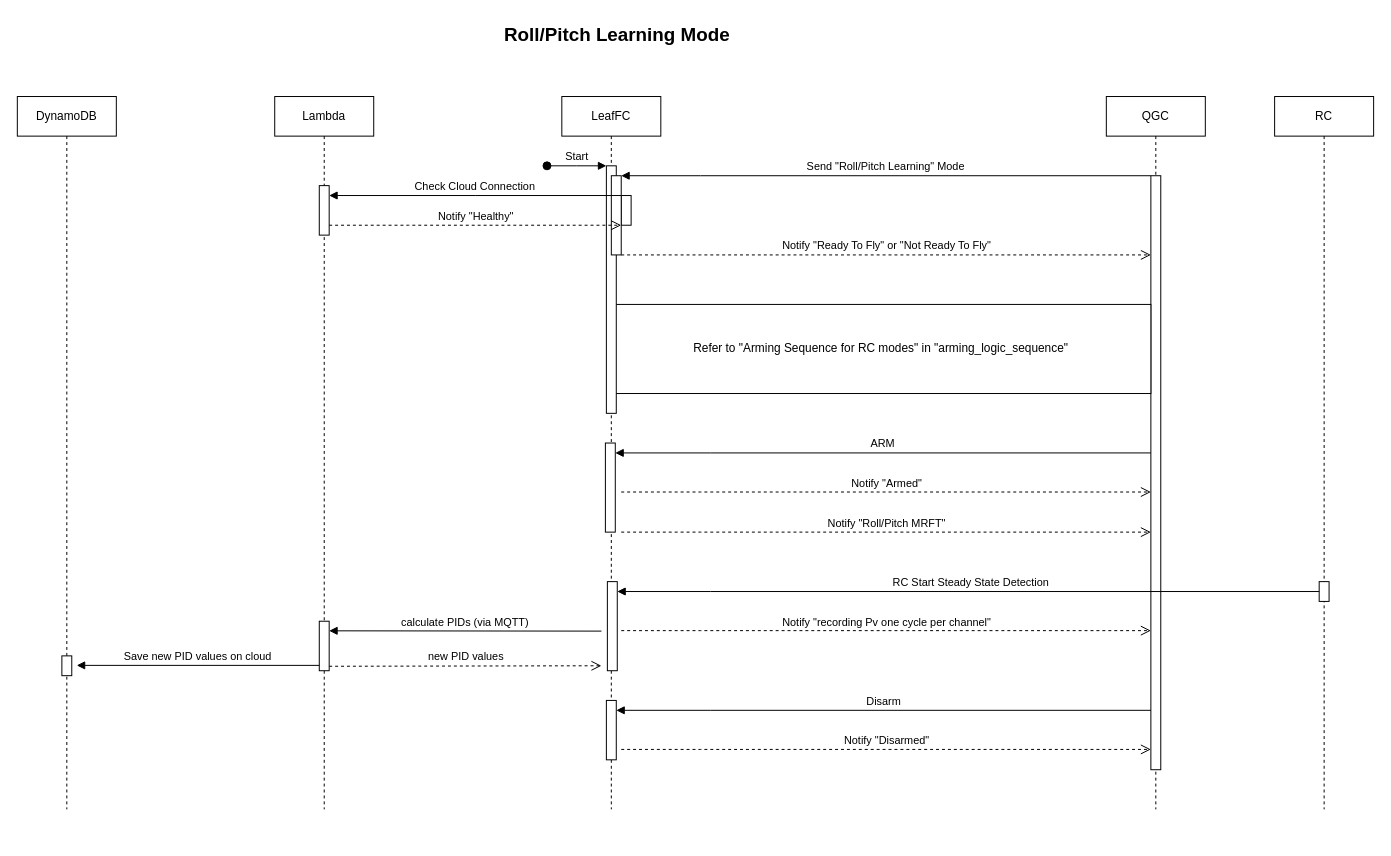
This is Guide/HEAR Software/Flight Modes/Modes Sequence Diagrams/Roll-Pitch learning mode.drawio from DroneLeaf/HEAR_wiki, a draw.io file, before an edit. Source tidied: cells renumbered, new cells numbered last; positions are measured from the earlier drawing's top-left corner, leaving out a move shared by most shapes. Both pictures are drawn from the tidied source at 99%, with x=0, y=0 at pixel (-43, 17).
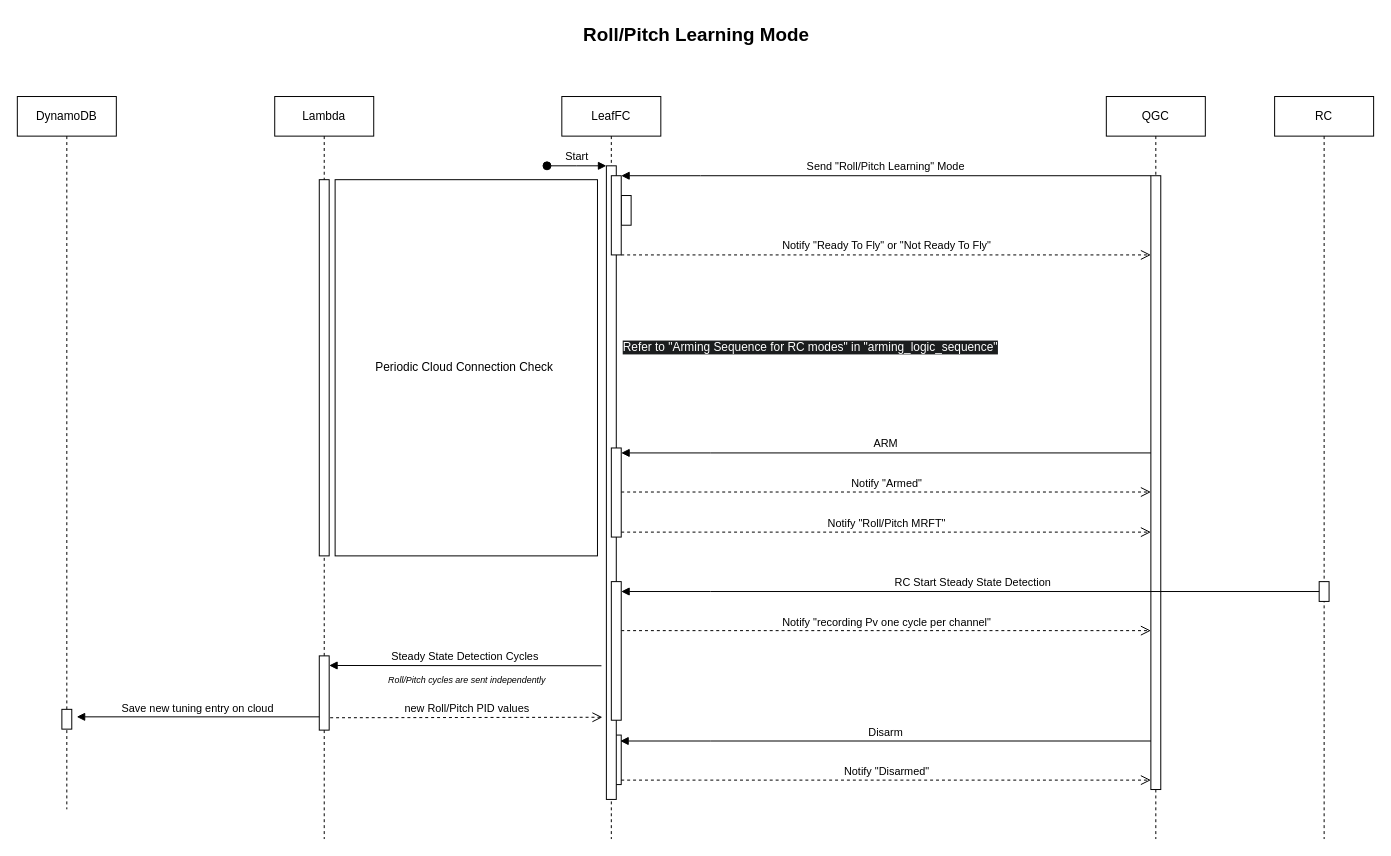
The same diagram, later.

Commit message (it also covers changes not shown here):
Add X-Y Learning Mode sequence diagram to documentation Add Full Learning Mode sequence diagram to  flight modes

Unchanged cells that the change refers to:
```xml
<mxCell id="3" style="html=1;points=[];perimeter=orthogonalPerimeter;outlineConnect=0;targetShapes=umlLifeline;portConstraint=eastwest;newEdgeStyle={&quot;edgeStyle&quot;:&quot;elbowEdgeStyle&quot;,&quot;elbow&quot;:&quot;vertical&quot;,&quot;curved&quot;:0,&quot;rounded&quot;:0};" parent="2" vertex="1">
  <mxGeometry x="60" y="100" width="10" height="30" as="geometry" />
</mxCell>
<mxCell id="26" value="&lt;div&gt;DynamoDB&lt;/div&gt;" style="shape=umlLifeline;perimeter=lifelinePerimeter;whiteSpace=wrap;html=1;newEdgeStyle={&quot;edgeStyle&quot;:&quot;elbowEdgeStyle&quot;,&quot;elbow&quot;:&quot;vertical&quot;,&quot;curved&quot;:0,&quot;rounded&quot;:0};" parent="1" vertex="1">
  <mxGeometry x="60" y="80" width="100" height="720" as="geometry" />
</mxCell>
```

Change to the diagram source:
```diff
@@
     <mxCell id="2" value="LeafFC" style="shape=umlLifeline;perimeter=lifelinePerimeter;whiteSpace=wrap;html=1;newEdgeStyle={&quot;edgeStyle&quot;:&quot;elbowEdgeStyle&quot;,&quot;elbow&quot;:&quot;vertical&quot;,&quot;curved&quot;:0,&quot;rounded&quot;:0};" parent="1" vertex="1">
-      <mxGeometry x="610" y="80" width="100" height="720" as="geometry" />
+      <mxGeometry x="610" y="80" width="100" height="750" as="geometry" />
     </mxCell>
@@
-    <mxCell id="4" style="html=1;points=[];perimeter=orthogonalPerimeter;outlineConnect=0;targetShapes=umlLifeline;portConstraint=eastwest;newEdgeStyle={&quot;edgeStyle&quot;:&quot;elbowEdgeStyle&quot;,&quot;elbow&quot;:&quot;vertical&quot;,&quot;curved&quot;:0,&quot;rounded&quot;:0};" parent="2" vertex="1">
-      <mxGeometry x="45" y="610" width="10" height="60" as="geometry" />
-    </mxCell>
+    <mxCell id="35" style="html=1;perimeter=orthogonalPerimeter;targetShapes=umlLifeline;newEdgeStyle={&quot;edgeStyle&quot;:&quot;elbowEdgeStyle&quot;,&quot;elbow&quot;:&quot;vertical&quot;,&quot;curved&quot;:0,&quot;rounded&quot;:0};" parent="2" vertex="1">
+      <mxGeometry x="50" y="645" width="10" height="50" as="geometry" />
+    </mxCell>
     <mxCell id="5" value="QGC" style="shape=umlLifeline;perimeter=lifelinePerimeter;whiteSpace=wrap;html=1;newEdgeStyle={&quot;edgeStyle&quot;:&quot;elbowEdgeStyle&quot;,&quot;elbow&quot;:&quot;vertical&quot;,&quot;curved&quot;:0,&quot;rounded&quot;:0};" parent="1" vertex="1">
-      <mxGeometry x="1160" y="80" width="100" height="720" as="geometry" />
+      <mxGeometry x="1160" y="80" width="100" height="750" as="geometry" />
     </mxCell>
     <mxCell id="6" style="html=1;points=[];perimeter=orthogonalPerimeter;outlineConnect=0;targetShapes=umlLifeline;portConstraint=eastwest;newEdgeStyle={&quot;edgeStyle&quot;:&quot;elbowEdgeStyle&quot;,&quot;elbow&quot;:&quot;vertical&quot;,&quot;curved&quot;:0,&quot;rounded&quot;:0};" parent="5" vertex="1">
-      <mxGeometry x="45" y="80" width="10" height="600" as="geometry" />
+      <mxGeometry x="45" y="80" width="10" height="620" as="geometry" />
     </mxCell>
     <mxCell id="7" value="Roll/Pitch Learning Mode" style="text;html=1;align=left;verticalAlign=top;strokeColor=none;fillColor=none;fontStyle=1;fontSize=19;" parent="1" vertex="1">
-      <mxGeometry x="550" width="240" height="40" as="geometry" />
+      <mxGeometry x="630" width="240" height="40" as="geometry" />
     </mxCell>
@@
-    <mxCell id="15" value="Refer to &quot;Arming Sequence for RC modes&quot; in &quot;arming_logic_sequence&quot;" style="rounded=0;whiteSpace=wrap;html=1;" parent="1" vertex="1">
-      <mxGeometry x="660" y="290" width="545" height="90" as="geometry" />
-    </mxCell>
     <mxCell id="16" value="Lambda" style="shape=umlLifeline;perimeter=lifelinePerimeter;whiteSpace=wrap;html=1;newEdgeStyle={&quot;edgeStyle&quot;:&quot;elbowEdgeStyle&quot;,&quot;elbow&quot;:&quot;vertical&quot;,&quot;curved&quot;:0,&quot;rounded&quot;:0};" parent="1" vertex="1">
-      <mxGeometry x="320" y="80" width="100" height="720" as="geometry" />
+      <mxGeometry x="320" y="80" width="100" height="750" as="geometry" />
     </mxCell>
     <mxCell id="17" style="html=1;points=[];perimeter=orthogonalPerimeter;outlineConnect=0;targetShapes=umlLifeline;portConstraint=eastwest;newEdgeStyle={&quot;edgeStyle&quot;:&quot;elbowEdgeStyle&quot;,&quot;elbow&quot;:&quot;vertical&quot;,&quot;curved&quot;:0,&quot;rounded&quot;:0};" parent="16" vertex="1">
-      <mxGeometry x="45" y="530" width="10" height="50" as="geometry" />
+      <mxGeometry x="45" y="565" width="10" height="75" as="geometry" />
     </mxCell>
     <mxCell id="18" style="html=1;points=[];perimeter=orthogonalPerimeter;outlineConnect=0;targetShapes=umlLifeline;portConstraint=eastwest;newEdgeStyle={&quot;edgeStyle&quot;:&quot;elbowEdgeStyle&quot;,&quot;elbow&quot;:&quot;vertical&quot;,&quot;curved&quot;:0,&quot;rounded&quot;:0};" parent="1" vertex="1">
-      <mxGeometry x="655" y="150" width="10" height="250" as="geometry" />
+      <mxGeometry x="655" y="150" width="10" height="640" as="geometry" />
     </mxCell>
@@
     <mxCell id="21" style="html=1;points=[];perimeter=orthogonalPerimeter;outlineConnect=0;targetShapes=umlLifeline;portConstraint=eastwest;newEdgeStyle={&quot;edgeStyle&quot;:&quot;elbowEdgeStyle&quot;,&quot;elbow&quot;:&quot;vertical&quot;,&quot;curved&quot;:0,&quot;rounded&quot;:0};" parent="1" vertex="1">
-      <mxGeometry x="365" y="170" width="10" height="50" as="geometry" />
+      <mxGeometry x="365" y="164" width="10" height="380" as="geometry" />
     </mxCell>
-    <mxCell id="22" value="Check Cloud Connection" style="html=1;verticalAlign=bottom;endArrow=block;edgeStyle=elbowEdgeStyle;elbow=vertical;curved=0;rounded=0;" parent="1" edge="1" source="3" target="21">
-      <mxGeometry relative="1" as="geometry">
-        <Array as="points">
-          <mxPoint x="522.5" y="180" />
-        </Array>
-      </mxGeometry>
-    </mxCell>
-    <mxCell id="23" value="Notify &quot;Healthy&quot;" style="html=1;verticalAlign=bottom;endArrow=open;dashed=1;endSize=8;edgeStyle=elbowEdgeStyle;elbow=vertical;curved=0;rounded=0;" parent="1" edge="1" target="3">
-      <mxGeometry relative="1" as="geometry">
-        <mxPoint x="375" y="210" as="sourcePoint" />
-        <Array as="points">
-          <mxPoint x="455" y="210" />
-        </Array>
-      </mxGeometry>
-    </mxCell>
-    <mxCell id="24" style="html=1;points=[];perimeter=orthogonalPerimeter;outlineConnect=0;targetShapes=umlLifeline;portConstraint=eastwest;newEdgeStyle={&quot;edgeStyle&quot;:&quot;elbowEdgeStyle&quot;,&quot;elbow&quot;:&quot;vertical&quot;,&quot;curved&quot;:0,&quot;rounded&quot;:0};" parent="1" vertex="1">
-      <mxGeometry x="654" y="430" width="10" height="90" as="geometry" />
-    </mxCell>
-    <mxCell id="25" style="html=1;points=[];perimeter=orthogonalPerimeter;outlineConnect=0;targetShapes=umlLifeline;portConstraint=eastwest;newEdgeStyle={&quot;edgeStyle&quot;:&quot;elbowEdgeStyle&quot;,&quot;elbow&quot;:&quot;vertical&quot;,&quot;curved&quot;:0,&quot;rounded&quot;:0};" parent="1" vertex="1">
-      <mxGeometry x="656" y="570" width="10" height="90" as="geometry" />
-    </mxCell>
@@
     <mxCell id="27" style="html=1;perimeter=orthogonalPerimeter;targetShapes=umlLifeline;newEdgeStyle={&quot;edgeStyle&quot;:&quot;elbowEdgeStyle&quot;,&quot;elbow&quot;:&quot;vertical&quot;,&quot;curved&quot;:0,&quot;rounded&quot;:0};" parent="26" vertex="1">
-      <mxGeometry x="45" y="565" width="10" height="20" as="geometry" />
+      <mxGeometry x="45" y="619" width="10" height="20" as="geometry" />
     </mxCell>
-    <mxCell id="28" value="calculate PIDs (via MQTT)" style="html=1;verticalAlign=bottom;endArrow=block;edgeStyle=elbowEdgeStyle;elbow=vertical;curved=0;rounded=0;" parent="1" edge="1">
+    <mxCell id="28" value="Steady State Detection Cycles" style="html=1;verticalAlign=bottom;endArrow=block;edgeStyle=elbowEdgeStyle;elbow=vertical;curved=0;rounded=0;" parent="1" edge="1">
       <mxGeometry relative="1" as="geometry">
-        <mxPoint x="650" y="620" as="sourcePoint" />
-        <mxPoint x="375" y="619.8" as="targetPoint" />
+        <mxPoint x="650" y="655" as="sourcePoint" />
+        <mxPoint x="375" y="654.8" as="targetPoint" />
         <Array as="points">
-          <mxPoint x="275" y="619.7" />
+          <mxPoint x="275" y="654.7" />
         </Array>
       </mxGeometry>
     </mxCell>
-    <mxCell id="29" value="new PID values" style="html=1;verticalAlign=bottom;endArrow=open;dashed=1;endSize=8;edgeStyle=elbowEdgeStyle;elbow=vertical;curved=0;rounded=0;" parent="1" edge="1">
+    <mxCell id="29" value="new Roll/Pitch PID values" style="html=1;verticalAlign=bottom;endArrow=open;dashed=1;endSize=8;edgeStyle=elbowEdgeStyle;elbow=vertical;curved=0;rounded=0;" parent="1" edge="1">
       <mxGeometry relative="1" as="geometry">
-        <mxPoint x="375" y="655.5" as="sourcePoint" />
-        <mxPoint x="650" y="655" as="targetPoint" />
+        <mxPoint x="376" y="707.5" as="sourcePoint" />
+        <mxPoint x="651" y="707" as="targetPoint" />
         <Array as="points">
-          <mxPoint x="255" y="655" />
+          <mxPoint x="256" y="707" />
         </Array>
       </mxGeometry>
     </mxCell>
-    <mxCell id="30" value="Save new PID values on cloud" style="html=1;verticalAlign=bottom;endArrow=block;edgeStyle=elbowEdgeStyle;elbow=vertical;curved=0;rounded=0;" parent="1" edge="1" source="17">
+    <mxCell id="30" value="Save new tuning entry on cloud" style="html=1;verticalAlign=bottom;endArrow=block;edgeStyle=elbowEdgeStyle;elbow=vertical;curved=0;rounded=0;" parent="1" edge="1">
       <mxGeometry relative="1" as="geometry">
-        <mxPoint x="120" y="655" as="targetPoint" />
+        <mxPoint x="365" y="706.6" as="sourcePoint" />
+        <mxPoint x="120" y="707" as="targetPoint" />
         <Array as="points">
-          <mxPoint y="654.6" />
+          <mxPoint y="706.6" />
         </Array>
       </mxGeometry>
     </mxCell>
-    <mxCell id="31" value="Disarm" style="html=1;verticalAlign=bottom;endArrow=block;edgeStyle=elbowEdgeStyle;elbow=vertical;curved=0;rounded=0;" parent="1" edge="1" target="4">
+    <mxCell id="31" value="Disarm" style="html=1;verticalAlign=bottom;endArrow=block;edgeStyle=elbowEdgeStyle;elbow=vertical;curved=0;rounded=0;" parent="1" edge="1">
       <mxGeometry relative="1" as="geometry">
-        <mxPoint x="1205" y="700" as="sourcePoint" />
+        <mxPoint x="1205" y="731" as="sourcePoint" />
+        <mxPoint x="669" y="731" as="targetPoint" />
         <Array as="points">
-          <mxPoint x="760" y="700" />
+          <mxPoint x="760" y="731" />
         </Array>
       </mxGeometry>
     </mxCell>
     <mxCell id="32" value="Notify &quot;Disarmed&quot;" style="html=1;verticalAlign=bottom;endArrow=open;dashed=1;endSize=8;edgeStyle=elbowEdgeStyle;elbow=vertical;curved=0;rounded=0;" parent="1" edge="1">
       <mxGeometry relative="1" as="geometry">
-        <mxPoint x="670" y="739.5" as="sourcePoint" />
-        <mxPoint x="1205" y="739.5" as="targetPoint" />
+        <mxPoint x="670" y="770.5" as="sourcePoint" />
+        <mxPoint x="1205" y="770.5" as="targetPoint" />
         <Array as="points">
-          <mxPoint x="750" y="739.5" />
+          <mxPoint x="750" y="770.5" />
         </Array>
       </mxGeometry>
     </mxCell>
     <mxCell id="33" value="&lt;div&gt;RC&lt;/div&gt;" style="shape=umlLifeline;perimeter=lifelinePerimeter;whiteSpace=wrap;html=1;outlineConnect=0;portConstraint=eastwest;newEdgeStyle={&quot;edgeStyle&quot;:&quot;elbowEdgeStyle&quot;,&quot;elbow&quot;:&quot;vertical&quot;,&quot;curved&quot;:0,&quot;rounded&quot;:0};" parent="1" vertex="1">
-      <mxGeometry x="1330" y="80" width="100" height="720" as="geometry" />
+      <mxGeometry x="1330" y="80" width="100" height="750" as="geometry" />
     </mxCell>
@@
+    <mxCell id="36" value="Periodic Cloud Connection Check&amp;nbsp;" style="rounded=0;whiteSpace=wrap;html=1;" parent="1" vertex="1">
+      <mxGeometry x="381" y="164" width="265" height="380" as="geometry" />
+    </mxCell>
+    <mxCell id="24" style="html=1;points=[];perimeter=orthogonalPerimeter;outlineConnect=0;targetShapes=umlLifeline;portConstraint=eastwest;newEdgeStyle={&quot;edgeStyle&quot;:&quot;elbowEdgeStyle&quot;,&quot;elbow&quot;:&quot;vertical&quot;,&quot;curved&quot;:0,&quot;rounded&quot;:0};" parent="1" vertex="1">
+      <mxGeometry x="660" y="435" width="10" height="90" as="geometry" />
+    </mxCell>
+    <mxCell id="25" style="html=1;points=[];perimeter=orthogonalPerimeter;outlineConnect=0;targetShapes=umlLifeline;portConstraint=eastwest;newEdgeStyle={&quot;edgeStyle&quot;:&quot;elbowEdgeStyle&quot;,&quot;elbow&quot;:&quot;vertical&quot;,&quot;curved&quot;:0,&quot;rounded&quot;:0};" parent="1" vertex="1">
+      <mxGeometry x="660" y="570" width="10" height="140" as="geometry" />
+    </mxCell>
+    <mxCell id="15" value="&lt;span style=&quot;color: rgb(255, 255, 255); font-family: Helvetica; font-size: 12px; font-style: normal; font-variant-ligatures: normal; font-variant-caps: normal; font-weight: 400; letter-spacing: normal; orphans: 2; text-align: center; text-indent: 0px; text-transform: none; widows: 2; word-spacing: 0px; -webkit-text-stroke-width: 0px; white-space: normal; background-color: rgb(27, 29, 30); text-decoration-thickness: initial; text-decoration-style: initial; text-decoration-color: initial; display: inline !important; float: none;&quot;&gt;Refer to &quot;Arming Sequence for RC modes&quot; in &quot;arming_logic_sequence&quot;&lt;/span&gt;" style="text;whiteSpace=wrap;html=1;" parent="1" vertex="1">
+      <mxGeometry x="670" y="320" width="410" height="40" as="geometry" />
+    </mxCell>
+    <mxCell id="37" value="&lt;i&gt;Roll/Pitch cycles are sent independently&lt;/i&gt;" style="text;html=1;align=center;verticalAlign=middle;strokeColor=none;fillColor=none;fontSize=9;" parent="1" vertex="1">
+      <mxGeometry x="423.5" y="660" width="180" height="20" as="geometry" />
+    </mxCell>
```
